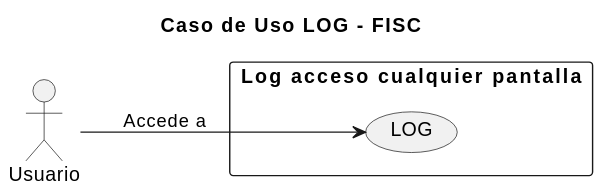
This is imagenes/casosDeUso/CasoUsoLog.svg from mmasias/23-24-IdSw1-SDR, a PlantUML export, as it was before one commit.
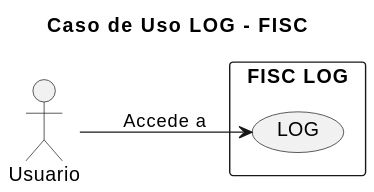
After the commit.

Commit message:
correccion nombre

Change to the diagram source:
```diff
@@ -6,7 +6,7 @@
 actor Usuario as user
 
 
-rectangle "Log acceso cualquier pantalla" {
+rectangle "FISC LOG" {
     usecase "LOG" as log
 
 }
```
